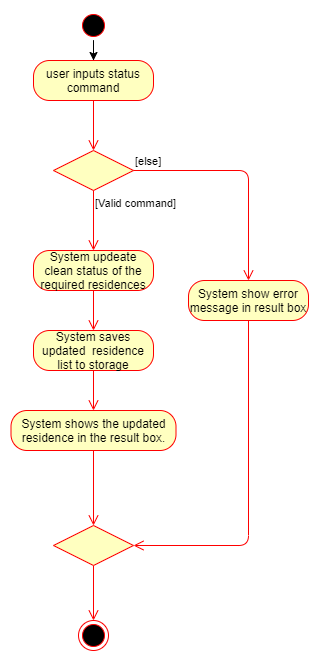
The draw.io diagram docs/images/StatusActivityDiagram.png in nus-cs2103-AY2021S2/tp, before a commit. Source tidied: cells renumbered, new cells last; positions are measured from the earlier drawing's top-left corner, leaving out a move shared by most shapes. Source of this version:
```xml
<mxGraphModel>
  <root>
    <mxCell id="0" />
    <mxCell id="1" parent="0" />
    <mxCell id="2" style="edgeStyle=orthogonalEdgeStyle;rounded=0;jettySize=auto;html=1;" parent="1" edge="1" source="3" target="4">
      <mxGeometry relative="1" as="geometry" />
    </mxCell>
    <mxCell id="3" style="ellipse;html=1;shape=startState;fillColor=#000000;strokeColor=#ff0000;" parent="1" vertex="1">
      <mxGeometry x="68" width="30" height="30" as="geometry" />
    </mxCell>
    <mxCell id="4" value="user inputs status command" style="rounded=1;whiteSpace=wrap;html=1;arcSize=40;fontColor=#000000;fillColor=#ffffc0;strokeColor=#ff0000;" parent="1" vertex="1">
      <mxGeometry x="23" y="50" width="120" height="40" as="geometry" />
    </mxCell>
    <mxCell id="5" style="edgeStyle=orthogonalEdgeStyle;html=1;verticalAlign=bottom;endArrow=open;endSize=8;strokeColor=#ff0000;entryX=0.5;entryY=0;entryDx=0;entryDy=0;" parent="1" edge="1" source="4" target="6">
      <mxGeometry relative="1" as="geometry" />
    </mxCell>
    <mxCell id="6" style="rhombus;whiteSpace=wrap;html=1;fillColor=#ffffc0;strokeColor=#ff0000;" parent="1" vertex="1">
      <mxGeometry x="43" y="140" width="80" height="40" as="geometry" />
    </mxCell>
    <mxCell id="7" value="[else]" style="edgeStyle=orthogonalEdgeStyle;html=1;align=left;verticalAlign=bottom;endArrow=open;endSize=8;strokeColor=#ff0000;entryX=0.5;entryY=0;entryDx=0;entryDy=0;" parent="1" edge="1" source="6" target="15">
      <mxGeometry x="-1" relative="1" as="geometry" />
    </mxCell>
    <mxCell id="8" value="[Valid command]" style="edgeStyle=orthogonalEdgeStyle;html=1;align=left;verticalAlign=top;endArrow=open;endSize=8;strokeColor=#ff0000;entryX=0.5;entryY=0;entryDx=0;entryDy=0;" parent="1" edge="1" source="6" target="9">
      <mxGeometry x="-1" relative="1" as="geometry" />
    </mxCell>
    <mxCell id="9" value="System updeate clean status of the required residences" style="rounded=1;whiteSpace=wrap;html=1;arcSize=40;fontColor=#000000;fillColor=#ffffc0;strokeColor=#ff0000;" parent="1" vertex="1">
      <mxGeometry x="23" y="240" width="120" height="40" as="geometry" />
    </mxCell>
    <mxCell id="10" style="edgeStyle=orthogonalEdgeStyle;html=1;verticalAlign=bottom;endArrow=open;endSize=8;strokeColor=#ff0000;entryX=0.5;entryY=0;entryDx=0;entryDy=0;" parent="1" edge="1" source="9" target="11">
      <mxGeometry relative="1" as="geometry" />
    </mxCell>
    <mxCell id="11" value="System saves updated&amp;nbsp; residence list to storage" style="rounded=1;whiteSpace=wrap;html=1;arcSize=40;fontColor=#000000;fillColor=#ffffc0;strokeColor=#ff0000;" parent="1" vertex="1">
      <mxGeometry x="23" y="320" width="120" height="40" as="geometry" />
    </mxCell>
    <mxCell id="12" style="edgeStyle=orthogonalEdgeStyle;html=1;verticalAlign=bottom;endArrow=open;endSize=8;strokeColor=#ff0000;entryX=0.5;entryY=0;entryDx=0;entryDy=0;" parent="1" edge="1" source="11" target="18">
      <mxGeometry relative="1" as="geometry" />
    </mxCell>
    <mxCell id="13" style="edgeStyle=orthogonalEdgeStyle;html=1;verticalAlign=bottom;endArrow=open;endSize=8;strokeColor=#ff0000;entryX=0.5;entryY=0;entryDx=0;entryDy=0;" parent="1" edge="1" source="14" target="19">
      <mxGeometry relative="1" as="geometry" />
    </mxCell>
    <mxCell id="14" style="rhombus;whiteSpace=wrap;html=1;fillColor=#ffffc0;strokeColor=#ff0000;" parent="1" vertex="1">
      <mxGeometry x="43" y="515" width="80" height="40" as="geometry" />
    </mxCell>
    <mxCell id="15" value="System show error message in result box" style="rounded=1;whiteSpace=wrap;html=1;arcSize=40;fontColor=#000000;fillColor=#ffffc0;strokeColor=#ff0000;" parent="1" vertex="1">
      <mxGeometry x="178" y="270" width="120" height="40" as="geometry" />
    </mxCell>
    <mxCell id="16" style="edgeStyle=orthogonalEdgeStyle;html=1;verticalAlign=bottom;endArrow=open;endSize=8;strokeColor=#ff0000;entryX=1;entryY=0.5;entryDx=0;entryDy=0;exitX=0.5;exitY=1;exitDx=0;exitDy=0;" parent="1" edge="1" source="15" target="14">
      <mxGeometry relative="1" as="geometry" />
    </mxCell>
    <mxCell id="17" style="edgeStyle=orthogonalEdgeStyle;html=1;verticalAlign=bottom;endArrow=open;endSize=8;strokeColor=#ff0000;entryX=0.5;entryY=0;entryDx=0;entryDy=0;" parent="1" edge="1" source="18" target="14">
      <mxGeometry relative="1" as="geometry" />
    </mxCell>
    <mxCell id="18" value="System shows the updated residence in the result box." style="rounded=1;whiteSpace=wrap;html=1;arcSize=40;fontColor=#000000;fillColor=#ffffc0;strokeColor=#ff0000;" parent="1" vertex="1">
      <mxGeometry x="0.5" y="400" width="165" height="40" as="geometry" />
    </mxCell>
    <mxCell id="19" style="ellipse;html=1;shape=endState;fillColor=#000000;strokeColor=#ff0000;" parent="1" vertex="1">
      <mxGeometry x="68" y="610" width="30" height="30" as="geometry" />
    </mxCell>
  </root>
</mxGraphModel>
```
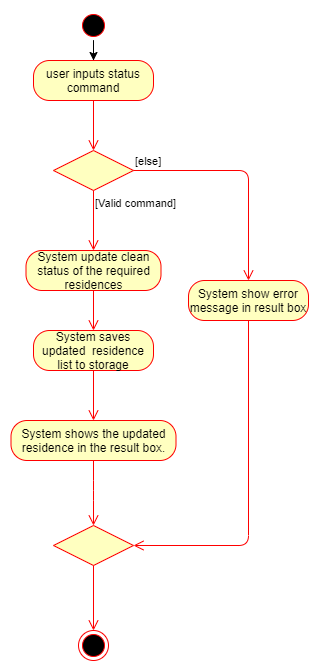
After the change.

Commit message:
improve small error

The edit, as a diff of the source:
```diff
@@ -20,41 +20,50 @@
     <mxCell id="7" value="[else]" style="edgeStyle=orthogonalEdgeStyle;html=1;align=left;verticalAlign=bottom;endArrow=open;endSize=8;strokeColor=#ff0000;entryX=0.5;entryY=0;entryDx=0;entryDy=0;" parent="1" edge="1" source="6" target="15">
       <mxGeometry x="-1" relative="1" as="geometry" />
     </mxCell>
-    <mxCell id="8" value="[Valid command]" style="edgeStyle=orthogonalEdgeStyle;html=1;align=left;verticalAlign=top;endArrow=open;endSize=8;strokeColor=#ff0000;entryX=0.5;entryY=0;entryDx=0;entryDy=0;" parent="1" edge="1" source="6" target="9">
+    <mxCell id="8" value="[Valid command]" style="edgeStyle=orthogonalEdgeStyle;html=1;align=left;verticalAlign=top;endArrow=open;endSize=8;strokeColor=#ff0000;entryX=0.5;entryY=0;entryDx=0;entryDy=0;" parent="1" edge="1" source="6" target="20">
       <mxGeometry x="-1" relative="1" as="geometry" />
     </mxCell>
-    <mxCell id="9" value="System updeate clean status of the required residences" style="rounded=1;whiteSpace=wrap;html=1;arcSize=40;fontColor=#000000;fillColor=#ffffc0;strokeColor=#ff0000;" parent="1" vertex="1">
-      <mxGeometry x="23" y="240" width="120" height="40" as="geometry" />
-    </mxCell>
-    <mxCell id="10" style="edgeStyle=orthogonalEdgeStyle;html=1;verticalAlign=bottom;endArrow=open;endSize=8;strokeColor=#ff0000;entryX=0.5;entryY=0;entryDx=0;entryDy=0;" parent="1" edge="1" source="9" target="11">
-      <mxGeometry relative="1" as="geometry" />
-    </mxCell>
+    <mxCell id="20" value="System update clean status of the required residences" style="rounded=1;whiteSpace=wrap;html=1;arcSize=40;fontColor=#000000;fillColor=#ffffc0;strokeColor=#ff0000;" parent="1" vertex="1">
+      <mxGeometry x="15.5" y="240" width="135" height="40" as="geometry" />
+    </mxCell>
+    <mxCell id="21" style="edgeStyle=orthogonalEdgeStyle;html=1;verticalAlign=bottom;endArrow=open;endSize=8;strokeColor=#ff0000;entryX=0.5;entryY=0;entryDx=0;entryDy=0;" parent="1" edge="1" source="20" target="11">
+      <mxGeometry relative="1" as="geometry" />
+    </mxCell>
     <mxCell id="11" value="System saves updated&amp;nbsp; residence list to storage" style="rounded=1;whiteSpace=wrap;html=1;arcSize=40;fontColor=#000000;fillColor=#ffffc0;strokeColor=#ff0000;" parent="1" vertex="1">
       <mxGeometry x="23" y="320" width="120" height="40" as="geometry" />
     </mxCell>
     <mxCell id="12" style="edgeStyle=orthogonalEdgeStyle;html=1;verticalAlign=bottom;endArrow=open;endSize=8;strokeColor=#ff0000;entryX=0.5;entryY=0;entryDx=0;entryDy=0;" parent="1" edge="1" source="11" target="18">
       <mxGeometry relative="1" as="geometry" />
     </mxCell>
-    <mxCell id="13" style="edgeStyle=orthogonalEdgeStyle;html=1;verticalAlign=bottom;endArrow=open;endSize=8;strokeColor=#ff0000;entryX=0.5;entryY=0;entryDx=0;entryDy=0;" parent="1" edge="1" source="14" target="19">
-      <mxGeometry relative="1" as="geometry" />
-    </mxCell>
     <mxCell id="14" style="rhombus;whiteSpace=wrap;html=1;fillColor=#ffffc0;strokeColor=#ff0000;" parent="1" vertex="1">
       <mxGeometry x="43" y="515" width="80" height="40" as="geometry" />
     </mxCell>
+    <mxCell id="22" style="edgeStyle=orthogonalEdgeStyle;html=1;align=left;verticalAlign=top;endArrow=open;endSize=8;strokeColor=#ff0000;entryX=0.5;entryY=0;entryDx=0;entryDy=0;" parent="1" edge="1" source="14" target="23">
+      <mxGeometry x="-1" relative="1" as="geometry">
+        <Array as="points">
+          <mxPoint x="83" y="620" />
+        </Array>
+      </mxGeometry>
+    </mxCell>
     <mxCell id="15" value="System show error message in result box" style="rounded=1;whiteSpace=wrap;html=1;arcSize=40;fontColor=#000000;fillColor=#ffffc0;strokeColor=#ff0000;" parent="1" vertex="1">
       <mxGeometry x="178" y="270" width="120" height="40" as="geometry" />
     </mxCell>
     <mxCell id="16" style="edgeStyle=orthogonalEdgeStyle;html=1;verticalAlign=bottom;endArrow=open;endSize=8;strokeColor=#ff0000;entryX=1;entryY=0.5;entryDx=0;entryDy=0;exitX=0.5;exitY=1;exitDx=0;exitDy=0;" parent="1" edge="1" source="15" target="14">
       <mxGeometry relative="1" as="geometry" />
     </mxCell>
+    <mxCell id="18" value="System shows the updated residence in the result box." style="rounded=1;whiteSpace=wrap;html=1;arcSize=40;fontColor=#000000;fillColor=#ffffc0;strokeColor=#ff0000;" parent="1" vertex="1">
+      <mxGeometry x="0.5" y="410" width="165" height="40" as="geometry" />
+    </mxCell>
     <mxCell id="17" style="edgeStyle=orthogonalEdgeStyle;html=1;verticalAlign=bottom;endArrow=open;endSize=8;strokeColor=#ff0000;entryX=0.5;entryY=0;entryDx=0;entryDy=0;" parent="1" edge="1" source="18" target="14">
-      <mxGeometry relative="1" as="geometry" />
+      <mxGeometry relative="1" as="geometry">
+        <Array as="points">
+          <mxPoint x="83" y="480" />
+          <mxPoint x="83" y="480" />
+        </Array>
+      </mxGeometry>
     </mxCell>
-    <mxCell id="18" value="System shows the updated residence in the result box." style="rounded=1;whiteSpace=wrap;html=1;arcSize=40;fontColor=#000000;fillColor=#ffffc0;strokeColor=#ff0000;" parent="1" vertex="1">
-      <mxGeometry x="0.5" y="400" width="165" height="40" as="geometry" />
-    </mxCell>
-    <mxCell id="19" style="ellipse;html=1;shape=endState;fillColor=#000000;strokeColor=#ff0000;" parent="1" vertex="1">
-      <mxGeometry x="68" y="610" width="30" height="30" as="geometry" />
-    </mxCell>
+    <mxCell id="23" style="ellipse;html=1;shape=endState;fillColor=#000000;strokeColor=#ff0000;" parent="1" vertex="1">
+      <mxGeometry x="68" y="620" width="30" height="30" as="geometry" />
+    </mxCell>
   </root>
 </mxGraphModel>
```
